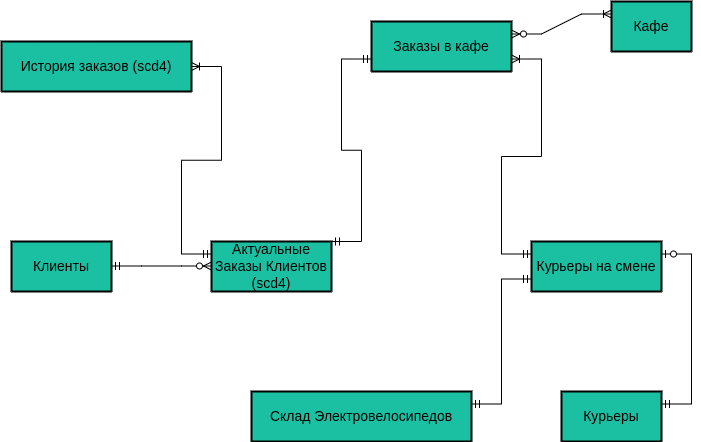
This is Delivery_DB_Project/Conceptual_model/Conceptual.png from fl4cko11/Data_Bases_MIPT, a draw.io export, as it was before one commit. Source tidied: cells renumbered, new cells last; positions are measured from the earlier drawing's top-left corner, leaving out a move shared by most shapes.
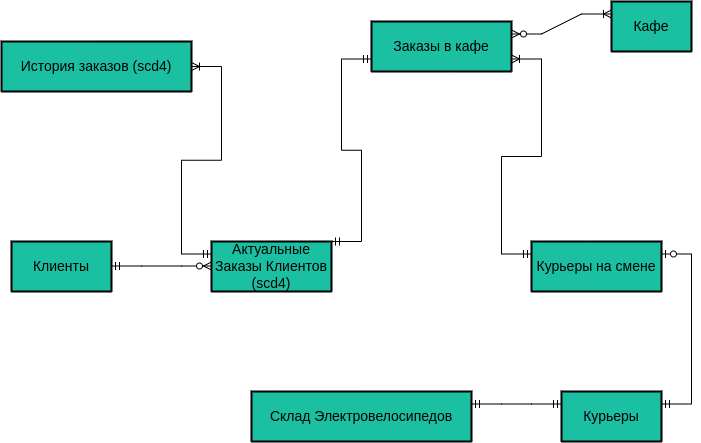
The same diagram one commit later.

Commit message:
correct conceptual model

Change to the diagram source:
```diff
@@ -35,6 +35,9 @@
     <mxCell id="11" style="edgeStyle=entityRelationEdgeStyle;fontSize=12;html=1;endArrow=ERoneToMany;startArrow=ERzeroToMany;rounded=0;entryX=0;entryY=0.25;entryDx=0;entryDy=0;exitX=1;exitY=0.25;exitDx=0;exitDy=0;" parent="1" edge="1" source="6" target="4">
       <mxGeometry relative="1" as="geometry" />
     </mxCell>
+    <mxCell id="14" style="edgeStyle=entityRelationEdgeStyle;fontSize=12;html=1;endArrow=ERmandOne;startArrow=ERmandOne;rounded=0;exitX=0;exitY=0.25;exitDx=0;exitDy=0;entryX=1;entryY=0.25;entryDx=0;entryDy=0;" parent="1" edge="1" source="7" target="10">
+      <mxGeometry relative="1" as="geometry" />
+    </mxCell>
     <mxCell id="12" value="История заказов (scd4)" style="swimlane;horizontal=1;startSize=50;rounded=1;fontSize=14;fontStyle=0;strokeWidth=2;shadow=0;dashed=0;align=center;arcSize=4;whiteSpace=wrap;html=1;fillColor=light-dark(#1AC0A1,var(--ge-dark-color, #121212));" parent="1" vertex="1" collapsed="1">
       <mxGeometry y="40" width="190" height="50" as="geometry" />
     </mxCell>
```
